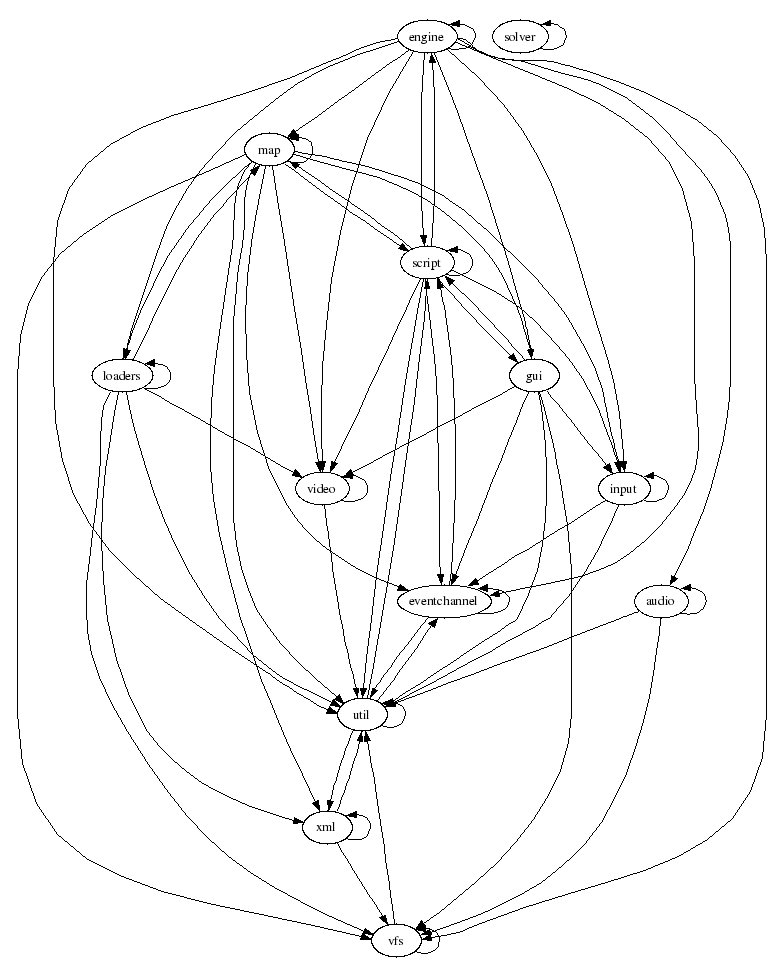
Above: doc/dependencies/moduledeps.png in fifengine/fifengine (Graphviz), before the change. Its source is kept beside it as doc/dependencies/moduledeps.dot.
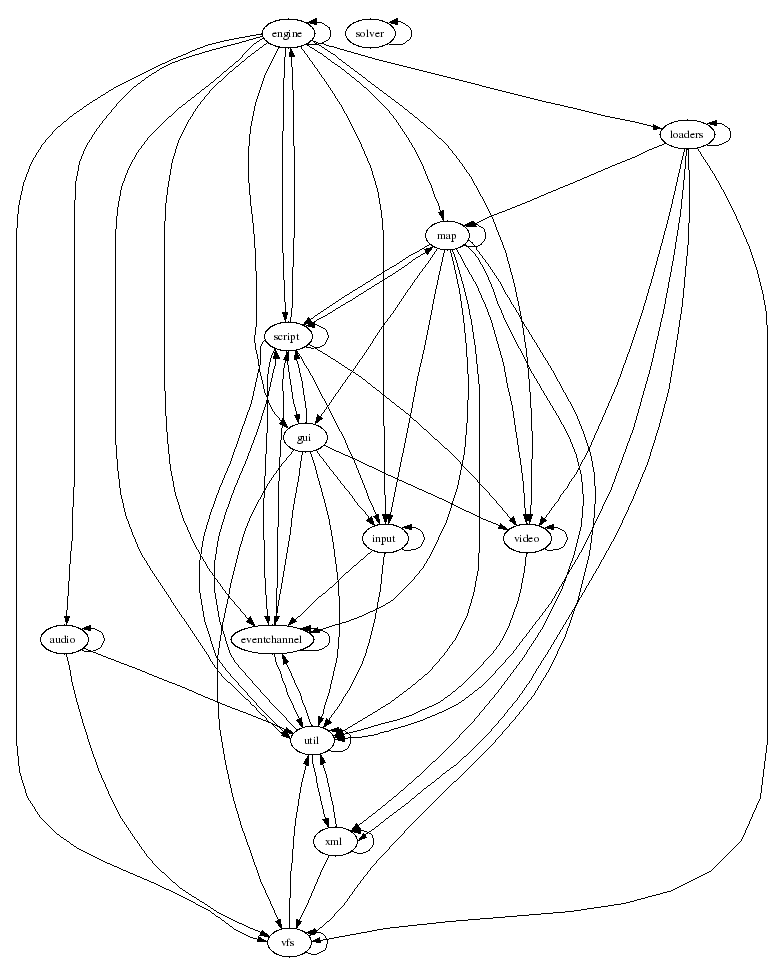
The same diagram one commit later.

What changed in the source:
```diff
@@ -21,7 +21,6 @@
     "map" -> "script"
     "map" -> "gui"
     "map" -> "eventchannel"
-    "map" -> "loaders"
     "map" -> "util"
     "map" -> "video"
     "map" -> "input"
```
